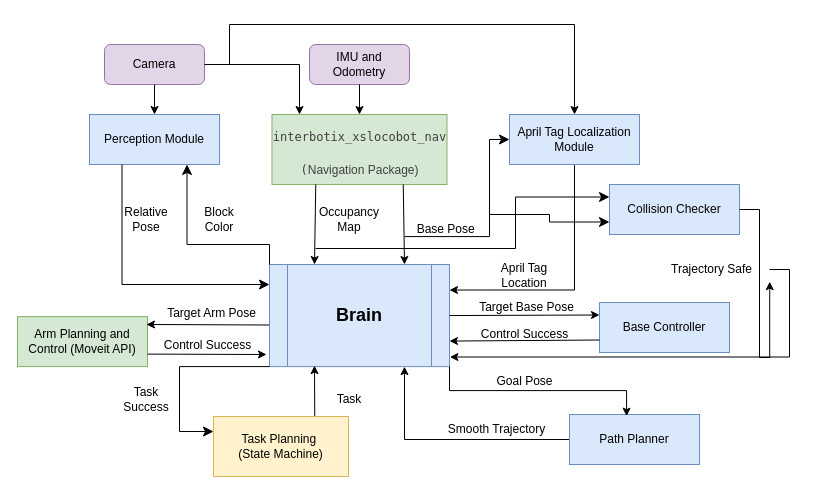
Earlier version of the draw.io diagram module_flow_diagram.drawio (sidt36/ME326-Group-8). Source tidied: cells renumbered, new cells numbered last; positions are measured from the earlier drawing's top-left corner, leaving out a move shared by most shapes. Both pictures are drawn from the tidied source at 100%, with x=0, y=0 at pixel (17, 24).
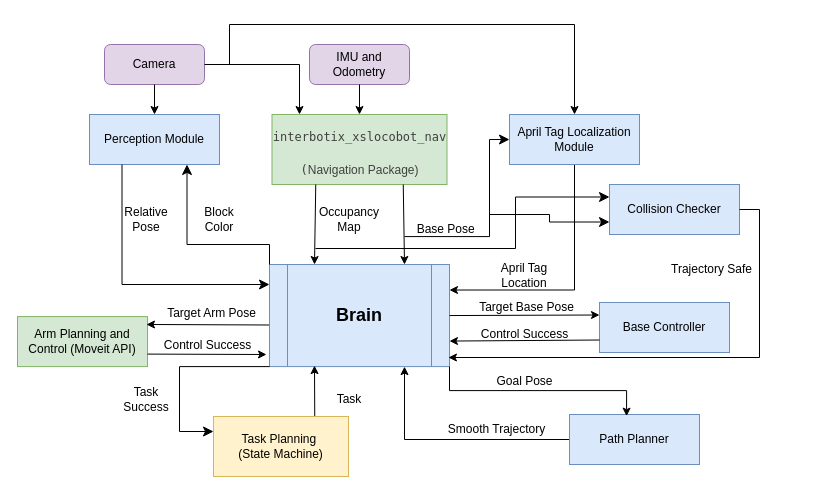
Above is the later version.

The change refers to these unchanged cells:
```xml
<mxCell id="11" value="&lt;span style=&quot;font-size: 18px;&quot;&gt;&lt;b&gt;Brain&lt;/b&gt;&lt;/span&gt;" style="shape=process;whiteSpace=wrap;html=1;backgroundOutline=1;fillColor=#dae8fc;strokeColor=#6c8ebf;" parent="1" vertex="1">
  <mxGeometry x="252" y="240" width="180" height="102.1" as="geometry" />
</mxCell>
<mxCell id="39" value="Collision Checker" style="rounded=0;whiteSpace=wrap;html=1;fillColor=#dae8fc;strokeColor=#6c8ebf;" parent="1" vertex="1">
  <mxGeometry x="592" y="160" width="130" height="50" as="geometry" />
</mxCell>
<mxCell id="44" value="Trajectory Safe" style="text;html=1;align=center;verticalAlign=middle;whiteSpace=wrap;rounded=0;" parent="1" vertex="1">
  <mxGeometry x="637" y="230" width="115" height="30" as="geometry" />
</mxCell>
```

Change to the diagram source:
```diff
@@
-    <mxCell id="42" style="edgeStyle=orthogonalEdgeStyle;rounded=0;jettySize=auto;html=1;exitX=1;exitY=0.5;exitDx=0;exitDy=0;entryX=1.002;entryY=0.906;entryDx=0;entryDy=0;entryPerimeter=0;" parent="1" edge="1" source="44" target="11">
-      <mxGeometry relative="1" as="geometry" />
-    </mxCell>
-    <mxCell id="43" style="edgeStyle=orthogonalEdgeStyle;rounded=0;jettySize=auto;html=1;exitX=1;exitY=0.5;exitDx=0;exitDy=0;entryX=1.002;entryY=0.906;entryDx=0;entryDy=0;entryPerimeter=0;" parent="1" edge="1" source="39" target="44">
+    <mxCell id="43" style="edgeStyle=orthogonalEdgeStyle;rounded=0;jettySize=auto;html=1;exitX=1;exitY=0.5;exitDx=0;exitDy=0;entryX=0.994;entryY=0.911;entryDx=0;entryDy=0;entryPerimeter=0;" parent="1" edge="1" source="39" target="11">
       <mxGeometry relative="1" as="geometry">
         <Array as="points">
           <mxPoint x="742" y="185" />
           <mxPoint x="742" y="333" />
         </Array>
       </mxGeometry>
     </mxCell>
```
